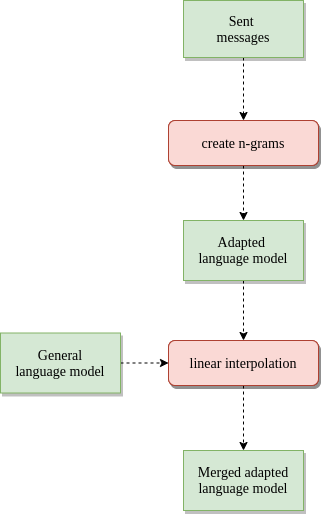
PanosAntoniadis/personalized_asr keeps this draw.io diagram as language_adaptation/language_adaptation.png. Above is the earlier version. Source tidied: cells renumbered, new cells last; positions are measured from the earlier drawing's top-left corner, leaving out a move shared by most shapes.
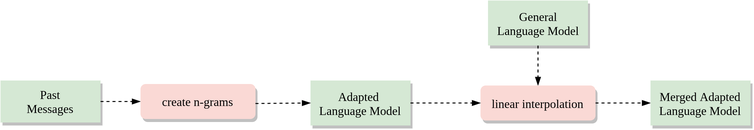
After the change.

What changed in the source:
```diff
@@ -2,44 +2,44 @@
   <root>
     <mxCell id="0" />
     <mxCell id="1" parent="0" />
-    <mxCell id="2" style="edgeStyle=orthogonalEdgeStyle;rounded=0;jettySize=auto;html=1;entryX=0.5;entryY=0;entryDx=0;entryDy=0;dashed=1;fontFamily=Verdana;fontSize=14;" parent="1" edge="1" source="3" target="5">
-      <mxGeometry relative="1" as="geometry" />
-    </mxCell>
-    <mxCell id="3" value="Sent &lt;br style=&quot;font-size: 14px;&quot;&gt;messages" style="rounded=0;whiteSpace=wrap;html=1;fillColor=#d5e8d4;strokeColor=#82b366;gradientColor=none;shadow=1;fontSize=14;fontStyle=0;fontFamily=Verdana;" parent="1" vertex="1">
-      <mxGeometry x="183" width="120" height="57" as="geometry" />
-    </mxCell>
-    <mxCell id="4" style="edgeStyle=orthogonalEdgeStyle;rounded=0;jettySize=auto;html=1;dashed=1;fontFamily=Verdana;fontSize=14;" parent="1" edge="1" source="5" target="7">
-      <mxGeometry relative="1" as="geometry" />
-    </mxCell>
-    <mxCell id="5" value="create n-grams" style="rounded=1;whiteSpace=wrap;html=1;fillColor=#fad9d5;strokeColor=#ae4132;shadow=1;fontSize=14;fontStyle=0;fontFamily=Verdana;" parent="1" vertex="1">
-      <mxGeometry x="168" y="120" width="150" height="45" as="geometry" />
-    </mxCell>
-    <mxCell id="6" style="edgeStyle=orthogonalEdgeStyle;rounded=0;jettySize=auto;html=1;dashed=1;fontFamily=Verdana;fontSize=14;" parent="1" edge="1" source="7" target="11">
-      <mxGeometry relative="1" as="geometry" />
-    </mxCell>
-    <mxCell id="7" value="Adapted &lt;br style=&quot;font-size: 14px;&quot;&gt;language model" style="rounded=0;whiteSpace=wrap;html=1;fillColor=#d5e8d4;strokeColor=#82b366;gradientColor=none;shadow=1;fontSize=14;fontStyle=0;fontFamily=Verdana;" parent="1" vertex="1">
-      <mxGeometry x="183" y="220" width="120" height="60" as="geometry" />
-    </mxCell>
-    <mxCell id="8" style="edgeStyle=orthogonalEdgeStyle;rounded=0;jettySize=auto;html=1;entryX=0;entryY=0.5;entryDx=0;entryDy=0;dashed=1;fontFamily=Verdana;fontSize=14;" parent="1" edge="1" source="9" target="11">
-      <mxGeometry relative="1" as="geometry" />
-    </mxCell>
-    <mxCell id="9" value="General&lt;br style=&quot;font-size: 14px;&quot;&gt;language model" style="rounded=0;whiteSpace=wrap;html=1;fillColor=#d5e8d4;strokeColor=#82b366;gradientColor=none;shadow=1;fontSize=14;fontStyle=0;fontFamily=Verdana;" parent="1" vertex="1">
-      <mxGeometry y="332.5" width="120" height="60" as="geometry" />
-    </mxCell>
-    <mxCell id="10" style="edgeStyle=orthogonalEdgeStyle;rounded=0;jettySize=auto;html=1;entryX=0.5;entryY=0;entryDx=0;entryDy=0;dashed=1;fontFamily=Verdana;fontSize=14;" parent="1" edge="1" source="11" target="12">
-      <mxGeometry relative="1" as="geometry" />
-    </mxCell>
-    <mxCell id="11" value="linear interpolation" style="rounded=1;whiteSpace=wrap;html=1;fillColor=#fad9d5;strokeColor=#ae4132;shadow=1;fontSize=14;fontStyle=0;fontFamily=Verdana;" parent="1" vertex="1">
-      <mxGeometry x="168" y="340" width="150" height="45" as="geometry" />
-    </mxCell>
-    <mxCell id="12" value="Merged adapted&lt;br style=&quot;font-size: 14px&quot;&gt;language model" style="rounded=0;whiteSpace=wrap;html=1;fillColor=#d5e8d4;strokeColor=#82b366;gradientColor=none;shadow=1;fontSize=14;fontStyle=0;fontFamily=Verdana;" parent="1" vertex="1">
-      <mxGeometry x="183" y="450" width="120" height="60" as="geometry" />
-    </mxCell>
-    <mxCell id="13" value="create n-grams" style="rounded=1;whiteSpace=wrap;html=1;fillColor=#fad9d5;strokeColor=#ae4132;shadow=1;fontSize=14;fontStyle=0;fontFamily=Verdana;" parent="1" vertex="1">
-      <mxGeometry x="168" y="120" width="150" height="45" as="geometry" />
-    </mxCell>
-    <mxCell id="14" value="linear interpolation" style="rounded=1;whiteSpace=wrap;html=1;fillColor=#fad9d5;strokeColor=#ae4132;shadow=1;fontSize=14;fontStyle=0;fontFamily=Verdana;" parent="1" vertex="1">
-      <mxGeometry x="168" y="340" width="150" height="45" as="geometry" />
-    </mxCell>
+    <mxCell id="15" style="edgeStyle=orthogonalEdgeStyle;rounded=0;jettySize=auto;html=1;fontFamily=Helvetica;fontSize=10;dashed=1;endArrow=blockThin;endFill=1;" parent="1" edge="1" source="16" target="22">
+      <mxGeometry relative="1" as="geometry" />
+    </mxCell>
+    <mxCell id="16" value="Past&lt;br style=&quot;font-size: 12px&quot;&gt;Messages" style="rounded=0;whiteSpace=wrap;html=1;fillColor=#d5e8d4;gradientColor=none;shadow=1;fontSize=12;fontStyle=0;fontFamily=Times New Roman;strokeColor=none;" parent="1" vertex="1">
+      <mxGeometry x="-170" y="70" width="100" height="42" as="geometry" />
+    </mxCell>
+    <mxCell id="17" value="Adapted &lt;br style=&quot;font-size: 12px&quot;&gt;Language Model" style="rounded=0;whiteSpace=wrap;html=1;fillColor=#d5e8d4;gradientColor=none;shadow=1;fontSize=12;fontStyle=0;fontFamily=Times New Roman;strokeColor=none;" parent="1" vertex="1">
+      <mxGeometry x="140" y="70" width="100" height="45" as="geometry" />
+    </mxCell>
+    <mxCell id="18" style="edgeStyle=orthogonalEdgeStyle;rounded=0;jettySize=auto;html=1;dashed=1;fontFamily=Helvetica;fontSize=10;endArrow=blockThin;endFill=1;" parent="1" edge="1" source="19" target="23">
+      <mxGeometry relative="1" as="geometry" />
+    </mxCell>
+    <mxCell id="19" value="General&lt;br style=&quot;font-size: 12px&quot;&gt;Language Model" style="rounded=0;whiteSpace=wrap;html=1;fillColor=#d5e8d4;gradientColor=none;shadow=1;fontSize=12;fontStyle=0;fontFamily=Times New Roman;strokeColor=none;" parent="1" vertex="1">
+      <mxGeometry x="317.5" y="-10" width="100" height="45" as="geometry" />
+    </mxCell>
+    <mxCell id="20" style="edgeStyle=orthogonalEdgeStyle;rounded=0;jettySize=auto;html=1;entryX=0;entryY=0.5;entryDx=0;entryDy=0;dashed=1;fontFamily=Helvetica;fontSize=10;exitX=1;exitY=0.5;exitDx=0;exitDy=0;endArrow=blockThin;endFill=1;" parent="1" edge="1" source="23" target="21">
+      <mxGeometry relative="1" as="geometry" />
+    </mxCell>
+    <mxCell id="21" value="Merged Adapted&lt;br style=&quot;font-size: 12px&quot;&gt;Language Model" style="rounded=0;whiteSpace=wrap;html=1;fillColor=#d5e8d4;gradientColor=none;shadow=1;fontSize=12;fontStyle=0;fontFamily=Times New Roman;strokeColor=none;" parent="1" vertex="1">
+      <mxGeometry x="480" y="70" width="100" height="45" as="geometry" />
+    </mxCell>
+    <mxCell id="22" value="create n-grams" style="rounded=1;whiteSpace=wrap;html=1;fillColor=#fad9d5;shadow=1;fontSize=12;fontStyle=0;fontFamily=Times New Roman;strokeColor=none;" parent="1" vertex="1">
+      <mxGeometry x="-30" y="73.5" width="115" height="35" as="geometry" />
+    </mxCell>
+    <mxCell id="23" value="linear interpolation" style="rounded=1;whiteSpace=wrap;html=1;fillColor=#fad9d5;shadow=1;fontSize=12;fontStyle=0;fontFamily=Times New Roman;strokeColor=none;" parent="1" vertex="1">
+      <mxGeometry x="310" y="75" width="115" height="35" as="geometry" />
+    </mxCell>
+    <mxCell id="24" style="edgeStyle=orthogonalEdgeStyle;rounded=0;jettySize=auto;html=1;fontFamily=Helvetica;fontSize=10;dashed=1;exitX=1;exitY=0.5;exitDx=0;exitDy=0;entryX=0;entryY=0.5;entryDx=0;entryDy=0;endArrow=blockThin;endFill=1;" parent="1" edge="1" source="17" target="23">
+      <mxGeometry relative="1" as="geometry" />
+    </mxCell>
+    <mxCell id="25" style="edgeStyle=orthogonalEdgeStyle;rounded=0;jettySize=auto;html=1;fontFamily=Helvetica;fontSize=10;dashed=1;endArrow=blockThin;endFill=1;entryX=0;entryY=0.5;entryDx=0;entryDy=0;" parent="1" edge="1" target="17">
+      <mxGeometry relative="1" as="geometry">
+        <mxPoint x="85" y="93" as="sourcePoint" />
+        <Array as="points">
+          <mxPoint x="85" y="93" />
+          <mxPoint x="113" y="93" />
+        </Array>
+      </mxGeometry>
+    </mxCell>
   </root>
 </mxGraphModel>
```
